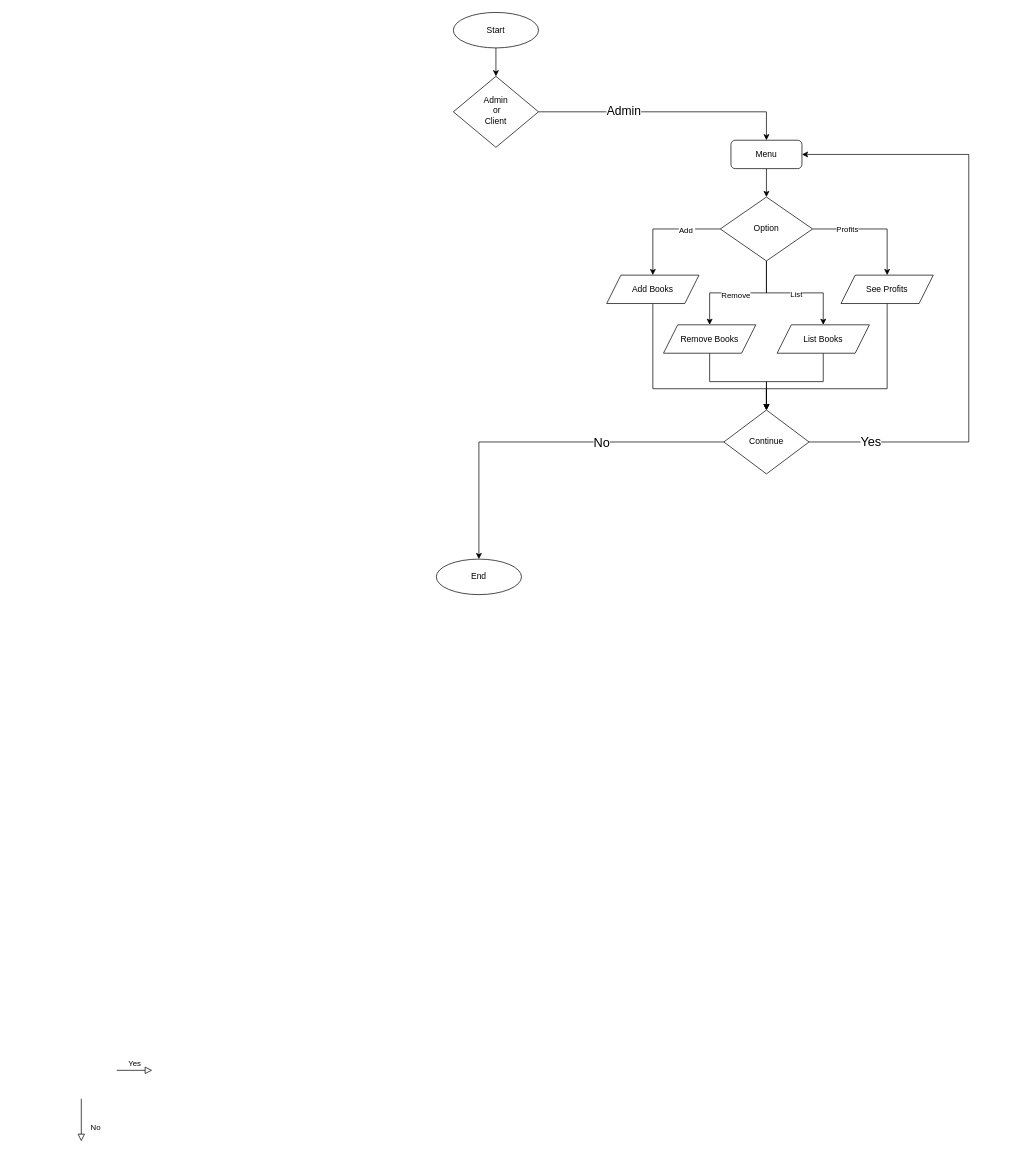
Above: python-bookstore-flowchart-updated.drawio in ivana-chipeja/bookstore (draw.io), before the change. Source tidied: cells renumbered, new cells numbered last; positions are measured from the earlier drawing's top-left corner, leaving out a move shared by most shapes. Both pictures are drawn from the tidied source at 71%, with x=0, y=0 at pixel (81, 12).
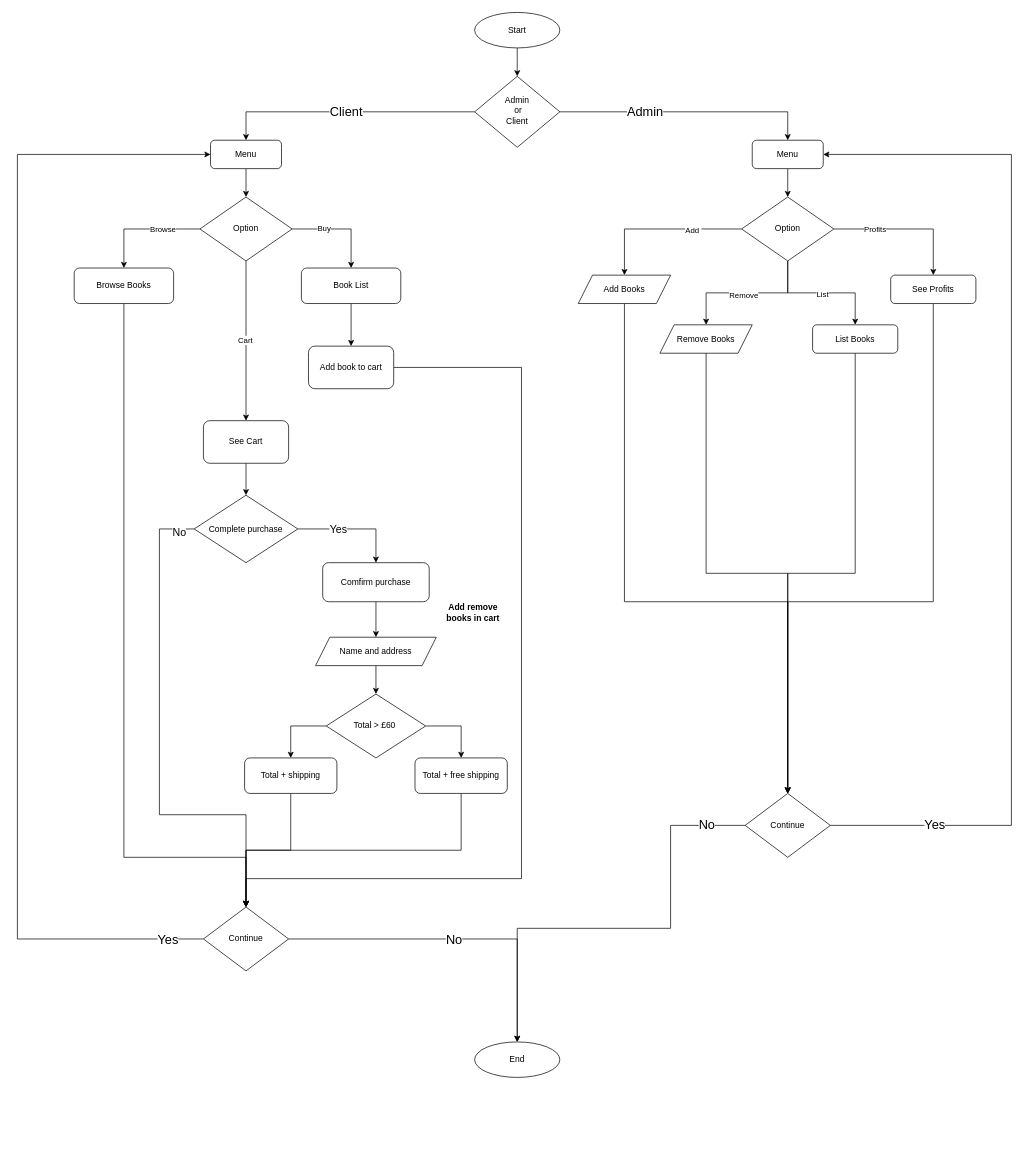
The same page after the edit.

Unchanged cells that the change refers to:
```xml
<mxCell id="2" style="edgeStyle=orthogonalEdgeStyle;rounded=0;jettySize=auto;html=1;exitX=1;exitY=0.5;exitDx=0;exitDy=0;entryX=0.5;entryY=0;entryDx=0;entryDy=0;" parent="1" edge="1" source="4" target="10">
  <mxGeometry relative="1" as="geometry" />
</mxCell>
```

The edit, as a diff of the source:
```diff
@@
-    <mxCell id="3" value="&lt;font style=&quot;font-size: 17px;&quot;&gt;Admin&lt;/font&gt;" style="edgeLabel;html=1;align=center;verticalAlign=middle;" parent="2" vertex="1">
+    <mxCell id="3" value="&lt;font style=&quot;font-size: 18px;&quot;&gt;Admin&lt;/font&gt;" style="edgeLabel;html=1;align=center;verticalAlign=middle;" parent="2" vertex="1">
       <mxGeometry x="-0.34" y="1" relative="1" as="geometry" />
     </mxCell>
+    <mxCell id="34" style="edgeStyle=orthogonalEdgeStyle;rounded=0;jettySize=auto;html=1;exitX=0;exitY=0.5;exitDx=0;exitDy=0;entryX=0.5;entryY=0;entryDx=0;entryDy=0;" parent="1" edge="1" source="4" target="38">
+      <mxGeometry relative="1" as="geometry" />
+    </mxCell>
+    <mxCell id="35" value="&lt;font style=&quot;font-size: 18px;&quot;&gt;Client&lt;/font&gt;" style="edgeLabel;html=1;align=center;verticalAlign=middle;" parent="34" vertex="1">
+      <mxGeometry y="4" relative="1" as="geometry">
+        <mxPoint x="-1" y="-4" as="offset" />
+      </mxGeometry>
+    </mxCell>
     <mxCell id="4" value="Admin&lt;br&gt;&amp;nbsp; or&amp;nbsp;&lt;br&gt;Client" style="rhombus;whiteSpace=wrap;html=1;shadow=0;fontFamily=Helvetica;fontSize=12;align=center;strokeWidth=1;spacing=6;spacingTop=-4;" parent="1" vertex="1">
-      <mxGeometry x="524" y="90" width="120" height="100" as="geometry" />
+      <mxGeometry x="554" y="90" width="120" height="100" as="geometry" />
     </mxCell>
-    <mxCell id="5" value="No" style="rounded=0;html=1;jettySize=auto;orthogonalLoop=1;fontSize=11;endArrow=block;endFill=0;endSize=8;strokeWidth=1;shadow=0;labelBackgroundColor=none;edgeStyle=orthogonalEdgeStyle;" parent="1" edge="1">
-      <mxGeometry x="0.33" y="20" relative="1" as="geometry">
-        <mxPoint y="1530" as="sourcePoint" />
-        <mxPoint y="1590" as="targetPoint" />
-      </mxGeometry>
-    </mxCell>
-    <mxCell id="6" value="Yes" style="edgeStyle=orthogonalEdgeStyle;rounded=0;html=1;jettySize=auto;orthogonalLoop=1;fontSize=11;endArrow=block;endFill=0;endSize=8;strokeWidth=1;shadow=0;labelBackgroundColor=none;" parent="1" edge="1">
-      <mxGeometry y="10" relative="1" as="geometry">
-        <mxPoint x="50" y="1490" as="sourcePoint" />
-        <mxPoint x="100" y="1490" as="targetPoint" />
-      </mxGeometry>
-    </mxCell>
@@
     <mxCell id="8" value="Start" style="ellipse;whiteSpace=wrap;html=1;" parent="1" vertex="1">
-      <mxGeometry x="524" width="120" height="50" as="geometry" />
+      <mxGeometry x="554" width="120" height="50" as="geometry" />
     </mxCell>
@@
     <mxCell id="10" value="Menu" style="rounded=1;whiteSpace=wrap;html=1;" parent="1" vertex="1">
-      <mxGeometry x="915" y="180" width="100" height="40" as="geometry" />
+      <mxGeometry x="945" y="180" width="100" height="40" as="geometry" />
     </mxCell>
@@
-    <mxCell id="13" style="edgeStyle=orthogonalEdgeStyle;rounded=0;jettySize=auto;html=1;exitX=1;exitY=0.5;exitDx=0;exitDy=0;" parent="1" edge="1" source="19" target="27">
+    <mxCell id="13" style="edgeStyle=orthogonalEdgeStyle;rounded=0;jettySize=auto;html=1;exitX=1;exitY=0.5;exitDx=0;exitDy=0;entryX=0.5;entryY=0;entryDx=0;entryDy=0;" parent="1" edge="1" source="19" target="27">
       <mxGeometry relative="1" as="geometry" />
     </mxCell>
@@
-    <mxCell id="17" style="edgeStyle=orthogonalEdgeStyle;rounded=0;jettySize=auto;html=1;exitX=0.5;exitY=1;exitDx=0;exitDy=0;" parent="1" edge="1" source="19" target="25">
+    <mxCell id="17" style="edgeStyle=orthogonalEdgeStyle;rounded=0;jettySize=auto;html=1;exitX=0.5;exitY=1;exitDx=0;exitDy=0;entryX=0.5;entryY=0;entryDx=0;entryDy=0;" parent="1" edge="1" source="19" target="25">
       <mxGeometry relative="1" as="geometry" />
     </mxCell>
@@
     <mxCell id="19" value="Option" style="rhombus;whiteSpace=wrap;html=1;" parent="1" vertex="1">
-      <mxGeometry x="900" y="260" width="130" height="90" as="geometry" />
+      <mxGeometry x="930" y="260" width="130" height="90" as="geometry" />
     </mxCell>
     <mxCell id="20" style="edgeStyle=orthogonalEdgeStyle;rounded=0;jettySize=auto;html=1;exitX=0.5;exitY=1;exitDx=0;exitDy=0;" parent="1" edge="1" source="21" target="32">
       <mxGeometry relative="1" as="geometry">
         <Array as="points">
-          <mxPoint x="805" y="530" />
-          <mxPoint x="965" y="530" />
+          <mxPoint x="765" y="830" />
+          <mxPoint x="995" y="830" />
         </Array>
       </mxGeometry>
     </mxCell>
     <mxCell id="21" value="Add Books" style="shape=parallelogram;perimeter=parallelogramPerimeter;whiteSpace=wrap;html=1;fixedSize=1;" parent="1" vertex="1">
-      <mxGeometry x="740" y="370" width="130" height="40" as="geometry" />
+      <mxGeometry x="700" y="370" width="130" height="40" as="geometry" />
     </mxCell>
@@
     <mxCell id="23" value="Remove Books" style="shape=parallelogram;perimeter=parallelogramPerimeter;whiteSpace=wrap;html=1;fixedSize=1;" parent="1" vertex="1">
-      <mxGeometry x="820" y="440" width="130" height="40" as="geometry" />
+      <mxGeometry x="815" y="440" width="130" height="40" as="geometry" />
     </mxCell>
+    <mxCell id="30" style="edgeStyle=orthogonalEdgeStyle;rounded=0;jettySize=auto;html=1;exitX=1;exitY=0.5;exitDx=0;exitDy=0;entryX=1;entryY=0.5;entryDx=0;entryDy=0;" parent="1" edge="1" source="32" target="10">
+      <mxGeometry relative="1" as="geometry">
+        <Array as="points">
+          <mxPoint x="1310" y="1145" />
+          <mxPoint x="1310" y="200" />
+        </Array>
+      </mxGeometry>
+    </mxCell>
+    <mxCell id="31" value="&lt;font style=&quot;font-size: 18px;&quot;&gt;Yes&lt;/font&gt;" style="edgeLabel;html=1;align=center;verticalAlign=middle;" parent="30" vertex="1">
+      <mxGeometry x="-0.8" y="1" relative="1" as="geometry" />
+    </mxCell>
+    <mxCell id="28" style="edgeStyle=orthogonalEdgeStyle;rounded=0;jettySize=auto;html=1;exitX=0;exitY=0.5;exitDx=0;exitDy=0;entryX=0.5;entryY=0;entryDx=0;entryDy=0;" parent="1" edge="1" source="32" target="33">
+      <mxGeometry relative="1" as="geometry">
+        <Array as="points">
+          <mxPoint x="830" y="1145" />
+          <mxPoint x="830" y="1290" />
+          <mxPoint x="614" y="1290" />
+        </Array>
+      </mxGeometry>
+    </mxCell>
+    <mxCell id="36" value="&lt;span style=&quot;font-size: 18px;&quot;&gt;No&lt;/span&gt;" style="edgeLabel;html=1;align=center;verticalAlign=middle;" parent="28" vertex="1">
+      <mxGeometry x="-0.66" y="3" relative="1" as="geometry">
+        <mxPoint x="47" y="-2" as="offset" />
+      </mxGeometry>
+    </mxCell>
+    <mxCell id="32" value="Continue" style="rhombus;whiteSpace=wrap;html=1;" parent="1" vertex="1">
+      <mxGeometry x="935" y="1100" width="120" height="90" as="geometry" />
+    </mxCell>
+    <mxCell id="33" value="End" style="ellipse;whiteSpace=wrap;html=1;" parent="1" vertex="1">
+      <mxGeometry x="554" y="1450" width="120" height="50" as="geometry" />
+    </mxCell>
+    <mxCell id="37" style="edgeStyle=orthogonalEdgeStyle;rounded=0;jettySize=auto;html=1;exitX=0.5;exitY=1;exitDx=0;exitDy=0;entryX=0.5;entryY=0;entryDx=0;entryDy=0;" parent="1" edge="1" source="38" target="45">
+      <mxGeometry relative="1" as="geometry" />
+    </mxCell>
+    <mxCell id="38" value="Menu" style="rounded=1;whiteSpace=wrap;html=1;" parent="1" vertex="1">
+      <mxGeometry x="182" y="180" width="100" height="40" as="geometry" />
+    </mxCell>
+    <mxCell id="39" style="edgeStyle=orthogonalEdgeStyle;rounded=0;jettySize=auto;html=1;exitX=0;exitY=0.5;exitDx=0;exitDy=0;entryX=0.5;entryY=0;entryDx=0;entryDy=0;" parent="1" edge="1" source="45" target="47">
+      <mxGeometry relative="1" as="geometry" />
+    </mxCell>
+    <mxCell id="40" value="Browse" style="edgeLabel;html=1;align=center;verticalAlign=middle;" parent="39" vertex="1">
+      <mxGeometry x="-0.35" relative="1" as="geometry" />
+    </mxCell>
+    <mxCell id="41" style="edgeStyle=orthogonalEdgeStyle;rounded=0;jettySize=auto;html=1;exitX=1;exitY=0.5;exitDx=0;exitDy=0;entryX=0.5;entryY=0;entryDx=0;entryDy=0;" parent="1" edge="1" source="45" target="51">
+      <mxGeometry relative="1" as="geometry" />
+    </mxCell>
+    <mxCell id="42" value="Buy" style="edgeLabel;html=1;align=center;verticalAlign=middle;" parent="41" vertex="1">
+      <mxGeometry x="-0.36" y="1" relative="1" as="geometry" />
+    </mxCell>
+    <mxCell id="43" style="edgeStyle=orthogonalEdgeStyle;rounded=0;jettySize=auto;html=1;exitX=0.5;exitY=1;exitDx=0;exitDy=0;" parent="1" edge="1" source="45" target="53">
+      <mxGeometry relative="1" as="geometry" />
+    </mxCell>
+    <mxCell id="44" value="Cart" style="edgeLabel;html=1;align=center;verticalAlign=middle;" parent="43" vertex="1">
+      <mxGeometry x="-0.01" y="-2" relative="1" as="geometry" />
+    </mxCell>
+    <mxCell id="45" value="Option" style="rhombus;whiteSpace=wrap;html=1;" parent="1" vertex="1">
+      <mxGeometry x="167" y="260" width="130" height="90" as="geometry" />
+    </mxCell>
+    <mxCell id="46" style="edgeStyle=orthogonalEdgeStyle;rounded=0;jettySize=auto;html=1;exitX=0.5;exitY=1;exitDx=0;exitDy=0;" parent="1" edge="1" source="47" target="57">
+      <mxGeometry relative="1" as="geometry">
+        <Array as="points">
+          <mxPoint x="60" y="1190" />
+          <mxPoint x="232" y="1190" />
+        </Array>
+      </mxGeometry>
+    </mxCell>
+    <mxCell id="47" value="Browse Books" style="rounded=1;whiteSpace=wrap;html=1;" parent="1" vertex="1">
+      <mxGeometry x="-10" y="360" width="140" height="50" as="geometry" />
+    </mxCell>
+    <mxCell id="26" style="edgeStyle=orthogonalEdgeStyle;rounded=0;jettySize=auto;html=1;exitX=0.5;exitY=1;exitDx=0;exitDy=0;" parent="1" edge="1" source="27" target="32">
+      <mxGeometry relative="1" as="geometry">
+        <Array as="points">
+          <mxPoint x="1200" y="830" />
+          <mxPoint x="995" y="830" />
+        </Array>
+      </mxGeometry>
+    </mxCell>
+    <mxCell id="27" value="See Profits" style="rounded=1;whiteSpace=wrap;html=1;" parent="1" vertex="1">
+      <mxGeometry x="1140" y="370" width="120" height="40" as="geometry" />
+    </mxCell>
@@
-    <mxCell id="25" value="List Books" style="shape=parallelogram;perimeter=parallelogramPerimeter;whiteSpace=wrap;html=1;fixedSize=1;" parent="1" vertex="1">
-      <mxGeometry x="980" y="440" width="130" height="40" as="geometry" />
+    <mxCell id="25" value="List Books" style="rounded=1;whiteSpace=wrap;html=1;" parent="1" vertex="1">
+      <mxGeometry x="1030" y="440" width="120" height="40" as="geometry" />
     </mxCell>
-    <mxCell id="26" style="edgeStyle=orthogonalEdgeStyle;rounded=0;jettySize=auto;html=1;exitX=0.5;exitY=1;exitDx=0;exitDy=0;" parent="1" edge="1" source="27" target="32">
-      <mxGeometry relative="1" as="geometry">
-        <Array as="points">
-          <mxPoint x="1135" y="530" />
-          <mxPoint x="965" y="530" />
-        </Array>
-      </mxGeometry>
-    </mxCell>
-    <mxCell id="27" value="See Profits" style="shape=parallelogram;perimeter=parallelogramPerimeter;whiteSpace=wrap;html=1;fixedSize=1;" parent="1" vertex="1">
-      <mxGeometry x="1070" y="370" width="130" height="40" as="geometry" />
-    </mxCell>
-    <mxCell id="28" style="edgeStyle=orthogonalEdgeStyle;rounded=0;jettySize=auto;html=1;exitX=0;exitY=0.5;exitDx=0;exitDy=0;" parent="1" edge="1" source="32" target="33">
-      <mxGeometry relative="1" as="geometry" />
-    </mxCell>
+    <mxCell id="48" style="edgeStyle=orthogonalEdgeStyle;rounded=0;jettySize=auto;html=1;exitX=1;exitY=0.5;exitDx=0;exitDy=0;" parent="1" edge="1" source="49" target="57">
+      <mxGeometry relative="1" as="geometry">
+        <Array as="points">
+          <mxPoint x="620" y="500" />
+          <mxPoint x="620" y="1220" />
+          <mxPoint x="232" y="1220" />
+        </Array>
+      </mxGeometry>
+    </mxCell>
+    <mxCell id="49" value="Add book to cart" style="rounded=1;whiteSpace=wrap;html=1;" parent="1" vertex="1">
+      <mxGeometry x="320" y="470" width="120" height="60" as="geometry" />
+    </mxCell>
+    <mxCell id="50" style="edgeStyle=orthogonalEdgeStyle;rounded=0;jettySize=auto;html=1;exitX=0.5;exitY=1;exitDx=0;exitDy=0;entryX=0.5;entryY=0;entryDx=0;entryDy=0;" parent="1" edge="1" source="51" target="49">
+      <mxGeometry relative="1" as="geometry" />
+    </mxCell>
+    <mxCell id="51" value="Book List" style="rounded=1;whiteSpace=wrap;html=1;" parent="1" vertex="1">
+      <mxGeometry x="310" y="360" width="140" height="50" as="geometry" />
+    </mxCell>
+    <mxCell id="52" style="edgeStyle=orthogonalEdgeStyle;rounded=0;jettySize=auto;html=1;exitX=0.5;exitY=1;exitDx=0;exitDy=0;entryX=0.5;entryY=0;entryDx=0;entryDy=0;" parent="1" edge="1" source="53" target="61">
+      <mxGeometry relative="1" as="geometry" />
+    </mxCell>
+    <mxCell id="53" value="See Cart" style="rounded=1;whiteSpace=wrap;html=1;" parent="1" vertex="1">
+      <mxGeometry x="172" y="575" width="120" height="60" as="geometry" />
+    </mxCell>
+    <mxCell id="54" style="edgeStyle=orthogonalEdgeStyle;rounded=0;jettySize=auto;html=1;exitX=1;exitY=0.5;exitDx=0;exitDy=0;entryX=0.5;entryY=0;entryDx=0;entryDy=0;" parent="1" edge="1" source="57" target="33">
+      <mxGeometry relative="1" as="geometry">
+        <Array as="points">
+          <mxPoint x="614" y="1305" />
+        </Array>
+      </mxGeometry>
+    </mxCell>
-    <mxCell id="29" value="&lt;font style=&quot;font-size: 18px;&quot;&gt;No&lt;/font&gt;" style="edgeLabel;html=1;align=center;verticalAlign=middle;" parent="28" vertex="1">
-      <mxGeometry x="-0.32" y="4" relative="1" as="geometry">
-        <mxPoint y="-4" as="offset" />
+    <mxCell id="29" value="&lt;font style=&quot;font-size: 18px;&quot;&gt;No&lt;/font&gt;" style="edgeLabel;html=1;align=center;verticalAlign=middle;" parent="54" vertex="1">
+      <mxGeometry x="-0.65" y="2" relative="1" as="geometry">
+        <mxPoint x="150" y="2" as="offset" />
       </mxGeometry>
     </mxCell>
-    <mxCell id="30" style="edgeStyle=orthogonalEdgeStyle;rounded=0;jettySize=auto;html=1;exitX=1;exitY=0.5;exitDx=0;exitDy=0;entryX=1;entryY=0.5;entryDx=0;entryDy=0;" parent="1" edge="1" source="32" target="10">
-      <mxGeometry relative="1" as="geometry">
-        <Array as="points">
-          <mxPoint x="1250" y="605" />
-          <mxPoint x="1250" y="200" />
-        </Array>
-      </mxGeometry>
-    </mxCell>
-    <mxCell id="31" value="&lt;font style=&quot;font-size: 18px;&quot;&gt;Yes&lt;/font&gt;" style="edgeLabel;html=1;align=center;verticalAlign=middle;" parent="30" vertex="1">
-      <mxGeometry x="-0.8" y="1" relative="1" as="geometry" />
-    </mxCell>
-    <mxCell id="32" value="Continue" style="rhombus;whiteSpace=wrap;html=1;" parent="1" vertex="1">
-      <mxGeometry x="905" y="560" width="120" height="90" as="geometry" />
-    </mxCell>
-    <mxCell id="33" value="End" style="ellipse;whiteSpace=wrap;html=1;" parent="1" vertex="1">
-      <mxGeometry x="500" y="770" width="120" height="50" as="geometry" />
-    </mxCell>
+    <mxCell id="55" style="edgeStyle=orthogonalEdgeStyle;rounded=0;jettySize=auto;html=1;exitX=0;exitY=0.5;exitDx=0;exitDy=0;entryX=0;entryY=0.5;entryDx=0;entryDy=0;" parent="1" edge="1" source="57" target="38">
+      <mxGeometry relative="1" as="geometry">
+        <Array as="points">
+          <mxPoint x="-90" y="1305" />
+          <mxPoint x="-90" y="200" />
+        </Array>
+      </mxGeometry>
+    </mxCell>
+    <mxCell id="56" value="&lt;font style=&quot;font-size: 18px;&quot;&gt;Yes&lt;/font&gt;" style="edgeLabel;html=1;align=center;verticalAlign=middle;" parent="55" vertex="1">
+      <mxGeometry x="-0.93" y="4" relative="1" as="geometry">
+        <mxPoint x="6" y="-4" as="offset" />
+      </mxGeometry>
+    </mxCell>
+    <mxCell id="57" value="Continue" style="rhombus;whiteSpace=wrap;html=1;" parent="1" vertex="1">
+      <mxGeometry x="172" y="1260" width="120" height="90" as="geometry" />
+    </mxCell>
+    <mxCell id="58" style="edgeStyle=orthogonalEdgeStyle;rounded=0;jettySize=auto;html=1;exitX=1;exitY=0.5;exitDx=0;exitDy=0;entryX=0.5;entryY=0;entryDx=0;entryDy=0;" parent="1" edge="1" source="61" target="63">
+      <mxGeometry relative="1" as="geometry" />
+    </mxCell>
+    <mxCell id="59" value="&lt;font style=&quot;font-size: 15px;&quot;&gt;Yes&lt;/font&gt;" style="edgeLabel;html=1;align=center;verticalAlign=middle;" parent="58" vertex="1">
+      <mxGeometry x="-0.29" relative="1" as="geometry" />
+    </mxCell>
+    <mxCell id="60" style="edgeStyle=orthogonalEdgeStyle;rounded=0;jettySize=auto;html=1;exitX=0;exitY=0.5;exitDx=0;exitDy=0;entryX=0.5;entryY=0;entryDx=0;entryDy=0;" parent="1" edge="1" source="61" target="57">
+      <mxGeometry relative="1" as="geometry">
+        <Array as="points">
+          <mxPoint x="110" y="728" />
+          <mxPoint x="110" y="1130" />
+          <mxPoint x="232" y="1130" />
+        </Array>
+      </mxGeometry>
+    </mxCell>
+    <mxCell id="61" value="Complete purchase" style="rhombus;whiteSpace=wrap;html=1;" parent="1" vertex="1">
+      <mxGeometry x="159" y="680" width="146" height="95" as="geometry" />
+    </mxCell>
+    <mxCell id="62" style="edgeStyle=orthogonalEdgeStyle;rounded=0;jettySize=auto;html=1;exitX=0.5;exitY=1;exitDx=0;exitDy=0;entryX=0.5;entryY=0;entryDx=0;entryDy=0;" parent="1" edge="1" source="63" target="65">
+      <mxGeometry relative="1" as="geometry" />
+    </mxCell>
+    <mxCell id="63" value="Comfirm purchase" style="rounded=1;whiteSpace=wrap;html=1;" parent="1" vertex="1">
+      <mxGeometry x="340" y="775" width="150" height="55" as="geometry" />
+    </mxCell>
+    <mxCell id="64" style="edgeStyle=orthogonalEdgeStyle;rounded=0;jettySize=auto;html=1;exitX=0.5;exitY=1;exitDx=0;exitDy=0;entryX=0.5;entryY=0;entryDx=0;entryDy=0;" parent="1" edge="1" source="65" target="68">
+      <mxGeometry relative="1" as="geometry" />
+    </mxCell>
+    <mxCell id="65" value="Name and address" style="shape=parallelogram;perimeter=parallelogramPerimeter;whiteSpace=wrap;html=1;fixedSize=1;" parent="1" vertex="1">
+      <mxGeometry x="330" y="880" width="170" height="40" as="geometry" />
+    </mxCell>
+    <mxCell id="66" style="edgeStyle=orthogonalEdgeStyle;rounded=0;jettySize=auto;html=1;exitX=0;exitY=0.5;exitDx=0;exitDy=0;" parent="1" edge="1" source="68" target="70">
+      <mxGeometry relative="1" as="geometry" />
+    </mxCell>
+    <mxCell id="67" style="edgeStyle=orthogonalEdgeStyle;rounded=0;jettySize=auto;html=1;exitX=1;exitY=0.5;exitDx=0;exitDy=0;entryX=0.5;entryY=0;entryDx=0;entryDy=0;" parent="1" edge="1" source="68" target="72">
+      <mxGeometry relative="1" as="geometry" />
+    </mxCell>
+    <mxCell id="68" value="Total &amp;gt;&amp;nbsp;£60&lt;span style=&quot;background-color: initial;&quot;&gt;&amp;nbsp;&lt;/span&gt;" style="rhombus;whiteSpace=wrap;html=1;" parent="1" vertex="1">
+      <mxGeometry x="345" y="960" width="140" height="90" as="geometry" />
+    </mxCell>
+    <mxCell id="69" style="edgeStyle=orthogonalEdgeStyle;rounded=0;jettySize=auto;html=1;exitX=0.5;exitY=1;exitDx=0;exitDy=0;" parent="1" edge="1" source="70" target="57">
+      <mxGeometry relative="1" as="geometry" />
+    </mxCell>
+    <mxCell id="70" value="Total + shipping" style="rounded=1;whiteSpace=wrap;html=1;" parent="1" vertex="1">
+      <mxGeometry x="230" y="1050" width="130" height="50" as="geometry" />
+    </mxCell>
+    <mxCell id="71" style="edgeStyle=orthogonalEdgeStyle;rounded=0;jettySize=auto;html=1;exitX=0.5;exitY=1;exitDx=0;exitDy=0;" parent="1" edge="1" source="72" target="57">
+      <mxGeometry relative="1" as="geometry" />
+    </mxCell>
+    <mxCell id="72" value="Total + free shipping" style="rounded=1;whiteSpace=wrap;html=1;" parent="1" vertex="1">
+      <mxGeometry x="470" y="1050" width="130" height="50" as="geometry" />
+    </mxCell>
+    <mxCell id="73" value="&lt;font style=&quot;font-size: 15px;&quot;&gt;No&lt;/font&gt;" style="edgeLabel;html=1;align=center;verticalAlign=middle;" parent="1" vertex="1">
+      <mxGeometry x="194" y="700" as="geometry">
+        <mxPoint x="-57" y="31" as="offset" />
+      </mxGeometry>
+    </mxCell>
+    <mxCell id="74" value="&lt;b&gt;Add remove books in cart&lt;/b&gt;" style="text;html=1;strokeColor=none;fillColor=none;align=center;verticalAlign=middle;whiteSpace=wrap;rounded=0;" parent="1" vertex="1">
+      <mxGeometry x="497" y="830" width="110" height="30" as="geometry" />
+    </mxCell>
```
